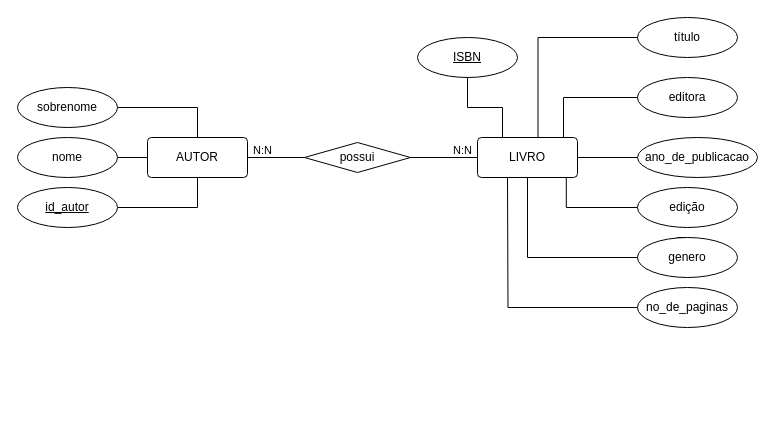
This is Gestão_do_acervo.drawio from ICEI-PUC-Minas-PMV-SI/2025-1-e2-t1-gerenciamento_de_biblioteca, a draw.io file, before an edit. Source tidied: cells renumbered, new cells numbered last; positions are measured from the earlier drawing's top-left corner, leaving out a move shared by most shapes. Both pictures are drawn from the tidied source at 100%, with x=0, y=0 at pixel (17, 17).
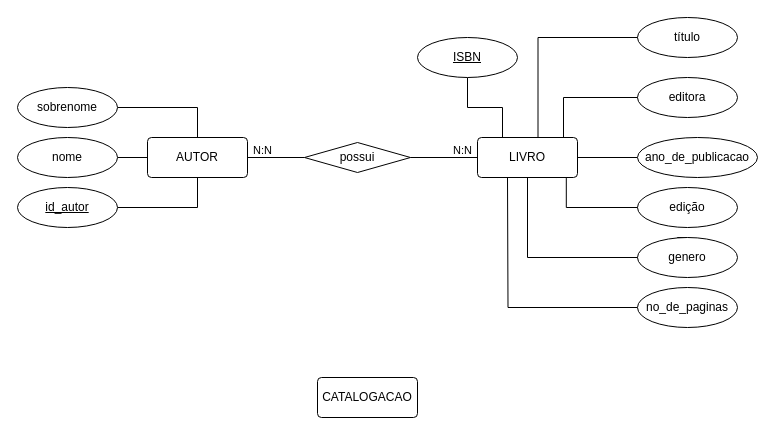
The same page after the edit.

Commit message (it also covers changes not shown here):
DER-biblioteca

Início do DER da parte de Gestão do acervo

Diff of the diagram source:
```diff
@@
+    <mxCell id="29" value="CATALOGACAO" style="rounded=1;arcSize=10;whiteSpace=wrap;html=1;align=center;" parent="1" vertex="1">
+      <mxGeometry x="300" y="360" width="100" height="40" as="geometry" />
+    </mxCell>
```
